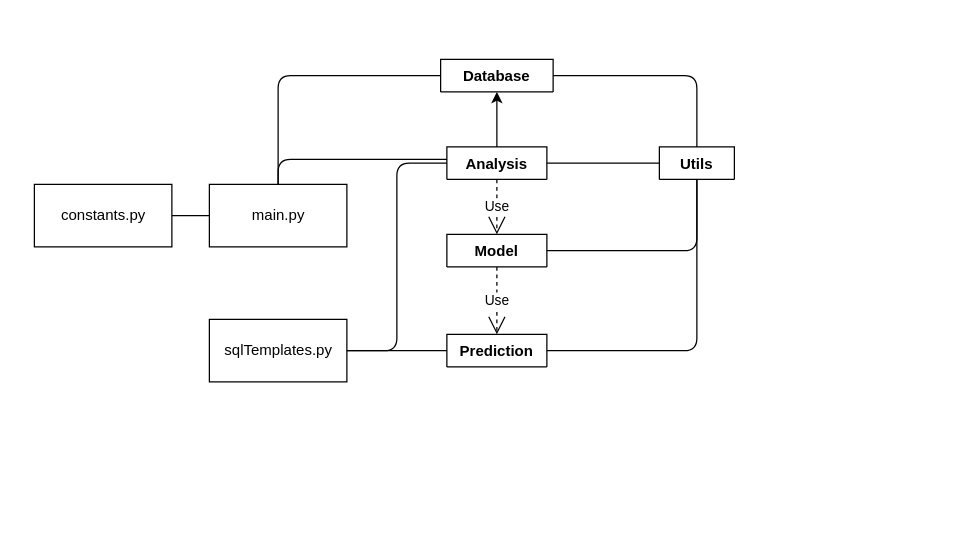
becker-max/baa-structures keeps this draw.io diagram as UML/FormerArchitectureBAA.drawio. Above is the earlier version. Source tidied: cells renumbered, new cells numbered last; positions are measured from the earlier drawing's top-left corner, leaving out a move shared by most shapes. Both pictures are drawn from the tidied source at 125%, with x=0, y=0 at pixel (34, 59).
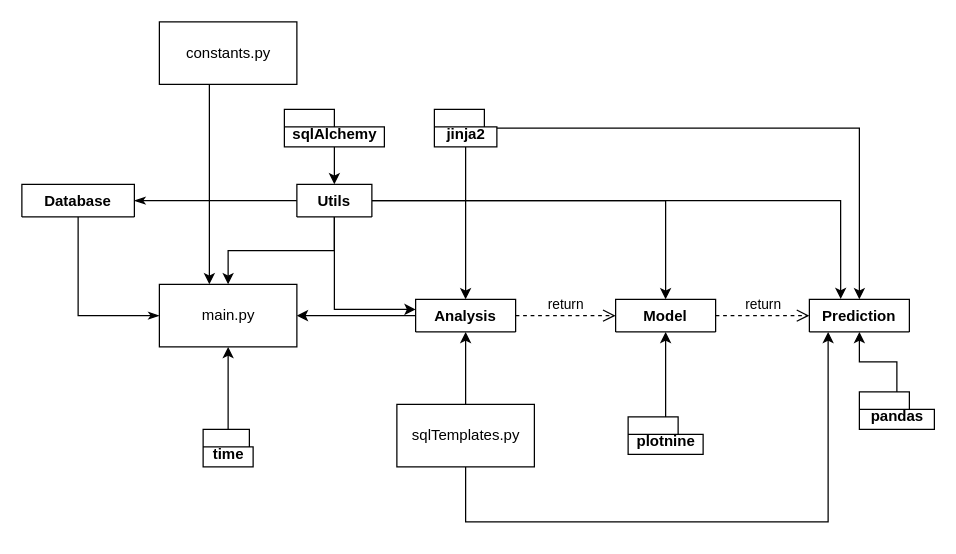
After the change.

Change to the diagram source:
```diff
@@
-    <mxCell id="2" style="edgeStyle=orthogonalEdgeStyle;rounded=0;jettySize=auto;html=1;" parent="1" edge="1" source="4" target="3">
-      <mxGeometry relative="1" as="geometry" />
-    </mxCell>
+    <mxCell id="22" style="edgeStyle=orthogonalEdgeStyle;rounded=0;jettySize=auto;html=1;startArrow=none;startFill=0;endArrow=classicThin;endFill=1;" parent="1" edge="1" source="9" target="3">
+      <mxGeometry relative="1" as="geometry" />
+    </mxCell>
     <mxCell id="3" value="Database" style="swimlane;fontStyle=1;align=center;verticalAlign=top;horizontal=1;startSize=26;direction=east;" parent="1" vertex="1" collapsed="1">
-      <mxGeometry x="325" width="90" height="26" as="geometry" />
+      <mxGeometry x="-10" y="100" width="90" height="26" as="geometry" />
     </mxCell>
+    <mxCell id="18" style="edgeStyle=orthogonalEdgeStyle;rounded=0;jettySize=auto;html=1;startArrow=none;startFill=0;endArrow=classic;endFill=1;" parent="1" edge="1" source="17" target="4">
+      <mxGeometry relative="1" as="geometry" />
+    </mxCell>
+    <mxCell id="23" style="edgeStyle=orthogonalEdgeStyle;rounded=0;jettySize=auto;html=1;startArrow=none;startFill=0;endArrow=classic;endFill=1;" parent="1" edge="1" source="9" target="4">
+      <mxGeometry relative="1" as="geometry">
+        <Array as="points">
+          <mxPoint x="240" y="200" />
+        </Array>
+      </mxGeometry>
+    </mxCell>
+    <mxCell id="24" style="edgeStyle=orthogonalEdgeStyle;rounded=0;jettySize=auto;html=1;startArrow=none;startFill=0;endArrow=classic;endFill=1;" parent="1" edge="1" source="38" target="4">
+      <mxGeometry relative="1" as="geometry" />
+    </mxCell>
     <mxCell id="4" value="Analysis" style="swimlane;fontStyle=1;align=center;verticalAlign=top;horizontal=1;startSize=26;direction=east;" parent="1" vertex="1" collapsed="1">
-      <mxGeometry x="330" y="70" width="80" height="26" as="geometry" />
+      <mxGeometry x="305" y="192" width="80" height="26" as="geometry" />
     </mxCell>
+    <mxCell id="25" style="edgeStyle=orthogonalEdgeStyle;rounded=0;jettySize=auto;html=1;startArrow=classic;startFill=1;endArrow=none;endFill=0;" parent="1" edge="1" source="5" target="39">
+      <mxGeometry relative="1" as="geometry" />
+    </mxCell>
     <mxCell id="5" value="Model" style="swimlane;fontStyle=1;align=center;verticalAlign=top;horizontal=1;startSize=26;direction=east;" parent="1" vertex="1" collapsed="1">
-      <mxGeometry x="330" y="140" width="80" height="26" as="geometry" />
+      <mxGeometry x="465" y="192" width="80" height="26" as="geometry" />
     </mxCell>
+    <mxCell id="26" style="edgeStyle=orthogonalEdgeStyle;rounded=0;jettySize=auto;html=1;startArrow=none;startFill=0;endArrow=classic;endFill=1;" parent="1" edge="1" source="40" target="6">
+      <mxGeometry relative="1" as="geometry" />
+    </mxCell>
     <mxCell id="6" value="Prediction" style="swimlane;fontStyle=1;align=center;verticalAlign=top;horizontal=1;startSize=26;direction=east;" parent="1" vertex="1" collapsed="1">
-      <mxGeometry x="330" y="220" width="80" height="26" as="geometry" />
+      <mxGeometry x="620" y="192" width="80" height="26" as="geometry" />
     </mxCell>
+    <mxCell id="27" style="edgeStyle=orthogonalEdgeStyle;rounded=0;jettySize=auto;html=1;startArrow=classic;startFill=1;endArrow=none;endFill=0;" parent="1" edge="1" source="9" target="36">
+      <mxGeometry relative="1" as="geometry" />
+    </mxCell>
+    <mxCell id="28" style="edgeStyle=orthogonalEdgeStyle;rounded=0;jettySize=auto;html=1;startArrow=none;startFill=0;endArrow=classic;endFill=1;" parent="1" edge="1" source="9" target="5">
+      <mxGeometry relative="1" as="geometry" />
+    </mxCell>
+    <mxCell id="29" style="edgeStyle=orthogonalEdgeStyle;rounded=0;jettySize=auto;html=1;entryX=0.313;entryY=-0.013;entryDx=0;entryDy=0;entryPerimeter=0;startArrow=none;startFill=0;endArrow=classic;endFill=1;" parent="1" edge="1" source="9" target="6">
+      <mxGeometry relative="1" as="geometry" />
+    </mxCell>
+    <mxCell id="9" value="Utils" style="swimlane;fontStyle=1;align=center;verticalAlign=top;horizontal=1;startSize=26;" parent="1" vertex="1" collapsed="1">
+      <mxGeometry x="210" y="100" width="60" height="26" as="geometry" />
+    </mxCell>
+    <mxCell id="30" style="edgeStyle=orthogonalEdgeStyle;rounded=0;jettySize=auto;html=1;startArrow=none;startFill=0;endArrow=classic;endFill=1;" parent="1" edge="1" source="35" target="14">
+      <mxGeometry relative="1" as="geometry" />
+    </mxCell>
+    <mxCell id="31" style="edgeStyle=orthogonalEdgeStyle;rounded=0;jettySize=auto;html=1;startArrow=none;startFill=0;endArrow=classicThin;endFill=1;" parent="1" edge="1" source="3" target="14">
+      <mxGeometry relative="1" as="geometry">
+        <Array as="points">
+          <mxPoint x="35" y="205" />
+        </Array>
+      </mxGeometry>
+    </mxCell>
+    <mxCell id="32" style="edgeStyle=orthogonalEdgeStyle;rounded=0;jettySize=auto;html=1;startArrow=none;startFill=0;endArrow=classic;endFill=1;" parent="1" edge="1" source="9" target="14">
+      <mxGeometry relative="1" as="geometry" />
+    </mxCell>
+    <mxCell id="21" style="edgeStyle=orthogonalEdgeStyle;rounded=0;jettySize=auto;html=1;startArrow=none;startFill=0;endArrow=classic;endFill=1;" parent="1" edge="1" source="20" target="14">
+      <mxGeometry relative="1" as="geometry">
+        <Array as="points">
+          <mxPoint x="140" y="120" />
+          <mxPoint x="140" y="120" />
+        </Array>
+      </mxGeometry>
+    </mxCell>
+    <mxCell id="33" style="edgeStyle=orthogonalEdgeStyle;rounded=0;jettySize=auto;html=1;startArrow=none;startFill=0;endArrow=classic;endFill=1;" parent="1" edge="1" source="4" target="14">
+      <mxGeometry relative="1" as="geometry" />
+    </mxCell>
+    <mxCell id="14" value="main.py" style="html=1;" parent="1" vertex="1">
+      <mxGeometry x="100" y="180" width="110" height="50" as="geometry" />
+    </mxCell>
+    <mxCell id="34" style="edgeStyle=orthogonalEdgeStyle;rounded=0;jettySize=auto;html=1;startArrow=classic;startFill=1;endArrow=none;endFill=0;" parent="1" edge="1" source="6" target="17">
+      <mxGeometry relative="1" as="geometry">
+        <Array as="points">
+          <mxPoint x="635" y="370" />
+          <mxPoint x="345" y="370" />
+        </Array>
+      </mxGeometry>
+    </mxCell>
+    <mxCell id="17" value="sqlTemplates.py" style="html=1;" parent="1" vertex="1">
+      <mxGeometry x="290" y="276" width="110" height="50" as="geometry" />
+    </mxCell>
+    <mxCell id="20" value="constants.py" style="html=1;" parent="1" vertex="1">
+      <mxGeometry x="100" y="-30" width="110" height="50" as="geometry" />
+    </mxCell>
+    <mxCell id="35" value="time" style="shape=folder;fontStyle=1;spacingTop=10;tabWidth=40;tabHeight=14;tabPosition=left;html=1;direction=east;" parent="1" vertex="1">
+      <mxGeometry x="135" y="296" width="40" height="30" as="geometry" />
+    </mxCell>
+    <mxCell id="36" value="sqlAlchemy" style="shape=folder;fontStyle=1;spacingTop=10;tabWidth=40;tabHeight=14;tabPosition=left;html=1;" parent="1" vertex="1">
+      <mxGeometry x="200" y="40" width="80" height="30" as="geometry" />
+    </mxCell>
+    <mxCell id="37" style="edgeStyle=orthogonalEdgeStyle;rounded=0;jettySize=auto;html=1;startArrow=none;startFill=0;endArrow=classic;endFill=1;" parent="1" edge="1" source="38" target="6">
+      <mxGeometry relative="1" as="geometry" />
+    </mxCell>
+    <mxCell id="38" value="jinja2" style="shape=folder;fontStyle=1;spacingTop=10;tabWidth=40;tabHeight=14;tabPosition=left;html=1;" parent="1" vertex="1">
+      <mxGeometry x="320" y="40" width="50" height="30" as="geometry" />
+    </mxCell>
+    <mxCell id="39" value="plotnine" style="shape=folder;fontStyle=1;spacingTop=10;tabWidth=40;tabHeight=14;tabPosition=left;html=1;" parent="1" vertex="1">
+      <mxGeometry x="475" y="286" width="60" height="30" as="geometry" />
+    </mxCell>
+    <mxCell id="40" value="pandas" style="shape=folder;fontStyle=1;spacingTop=10;tabWidth=40;tabHeight=14;tabPosition=left;html=1;" parent="1" vertex="1">
+      <mxGeometry x="660" y="266" width="60" height="30" as="geometry" />
+    </mxCell>
-    <mxCell id="7" value="Use" style="endArrow=open;endSize=12;dashed=1;html=1;" parent="1" edge="1" source="4" target="5">
+    <mxCell id="7" value="return" style="html=1;verticalAlign=bottom;endArrow=open;dashed=1;endSize=8;" parent="1" edge="1" source="4" target="5">
       <mxGeometry relative="1" as="geometry" />
     </mxCell>
-    <mxCell id="8" value="Use" style="endArrow=open;endSize=12;dashed=1;html=1;" parent="1" edge="1" source="5" target="6">
+    <mxCell id="8" value="return" style="html=1;verticalAlign=bottom;endArrow=open;dashed=1;endSize=8;" parent="1" edge="1" source="5" target="6">
       <mxGeometry relative="1" as="geometry" />
     </mxCell>
-    <mxCell id="9" value="Utils" style="swimlane;fontStyle=1;align=center;verticalAlign=top;horizontal=1;startSize=26;" parent="1" vertex="1" collapsed="1">
-      <mxGeometry x="500" y="70" width="60" height="26" as="geometry" />
-    </mxCell>
-    <mxCell id="10" style="endArrow=none;html=1;edgeStyle=orthogonalEdgeStyle;" parent="1" edge="1" source="3" target="9">
-      <mxGeometry relative="1" as="geometry" />
-    </mxCell>
-    <mxCell id="11" style="endArrow=none;html=1;edgeStyle=orthogonalEdgeStyle;" parent="1" edge="1" source="4" target="9">
-      <mxGeometry relative="1" as="geometry" />
-    </mxCell>
-    <mxCell id="12" style="endArrow=none;html=1;edgeStyle=orthogonalEdgeStyle;" parent="1" edge="1" source="5" target="9">
-      <mxGeometry relative="1" as="geometry" />
-    </mxCell>
-    <mxCell id="13" style="endArrow=none;html=1;edgeStyle=orthogonalEdgeStyle;" parent="1" edge="1" source="6" target="9">
-      <mxGeometry relative="1" as="geometry" />
-    </mxCell>
-    <mxCell id="14" value="main.py" style="html=1;" parent="1" vertex="1">
-      <mxGeometry x="140" y="100" width="110" height="50" as="geometry" />
-    </mxCell>
-    <mxCell id="15" style="endArrow=none;html=1;edgeStyle=orthogonalEdgeStyle;" parent="1" edge="1" source="14" target="3">
-      <mxGeometry relative="1" as="geometry">
-        <Array as="points">
-          <mxPoint x="195" y="13" />
-        </Array>
-      </mxGeometry>
-    </mxCell>
-    <mxCell id="16" style="endArrow=none;html=1;edgeStyle=orthogonalEdgeStyle;" parent="1" edge="1" source="14" target="4">
-      <mxGeometry relative="1" as="geometry">
-        <Array as="points">
-          <mxPoint x="195" y="80" />
-        </Array>
-      </mxGeometry>
-    </mxCell>
-    <mxCell id="17" value="sqlTemplates.py" style="html=1;" parent="1" vertex="1">
-      <mxGeometry x="140" y="208" width="110" height="50" as="geometry" />
-    </mxCell>
-    <mxCell id="18" style="endArrow=none;html=1;edgeStyle=orthogonalEdgeStyle;" parent="1" edge="1" source="17" target="4">
-      <mxGeometry relative="1" as="geometry">
-        <Array as="points">
-          <mxPoint x="290" y="233" />
-          <mxPoint x="290" y="83" />
-        </Array>
-      </mxGeometry>
-    </mxCell>
-    <mxCell id="19" style="endArrow=none;html=1;edgeStyle=orthogonalEdgeStyle;" parent="1" edge="1" source="17" target="6">
-      <mxGeometry relative="1" as="geometry" />
-    </mxCell>
-    <mxCell id="20" value="constants.py" style="html=1;" parent="1" vertex="1">
-      <mxGeometry y="100" width="110" height="50" as="geometry" />
-    </mxCell>
-    <mxCell id="21" style="endArrow=none;html=1;edgeStyle=orthogonalEdgeStyle;" parent="1" edge="1" source="20" target="14">
-      <mxGeometry relative="1" as="geometry" />
-    </mxCell>
```
